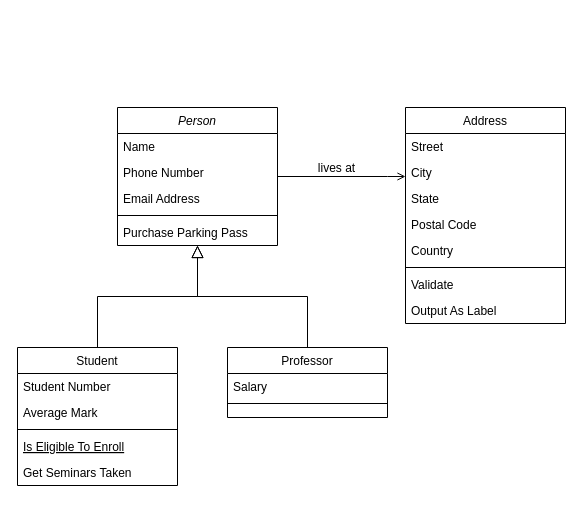
yiwanou/Trajet keeps this draw.io diagram as 未命名绘图.drawio. Above is the earlier version. Source tidied: cells renumbered, new cells numbered last; positions are measured from the earlier drawing's top-left corner, leaving out a move shared by most shapes. Both pictures are drawn from the tidied source at 100%, with x=0, y=0 at pixel (17, 107).
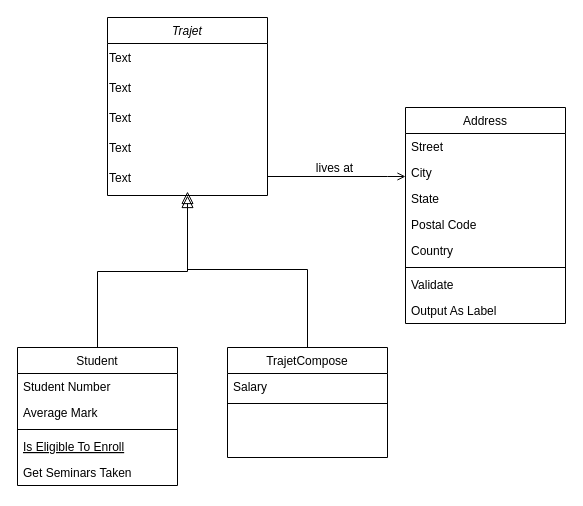
Above is the later version.

Commit message:
更新未命名绘图.drawio

The edit, as a diff of the source:
```diff
@@
-    <mxCell id="2" value="Person" style="swimlane;fontStyle=2;align=center;verticalAlign=top;horizontal=1;startSize=26;rounded=0;shadow=0;strokeWidth=1;" parent="1" vertex="1">
-      <mxGeometry x="100" width="160" height="138" as="geometry" />
+    <mxCell id="2" value="Trajet" style="swimlane;fontStyle=2;align=center;verticalAlign=top;horizontal=1;startSize=26;rounded=0;shadow=0;strokeWidth=1;" parent="1" vertex="1">
+      <mxGeometry x="90" y="-90" width="160" height="178" as="geometry" />
     </mxCell>
-    <mxCell id="3" value="Name" style="text;align=left;verticalAlign=top;spacingLeft=4;spacingRight=4;overflow=hidden;" parent="2" vertex="1">
-      <mxGeometry y="26" width="160" height="26" as="geometry" />
-    </mxCell>
-    <mxCell id="4" value="Phone Number" style="text;align=left;verticalAlign=top;spacingLeft=4;spacingRight=4;overflow=hidden;rounded=0;shadow=0;html=0;" parent="2" vertex="1">
-      <mxGeometry y="52" width="160" height="26" as="geometry" />
-    </mxCell>
-    <mxCell id="5" value="Email Address" style="text;align=left;verticalAlign=top;spacingLeft=4;spacingRight=4;overflow=hidden;rounded=0;shadow=0;html=0;" parent="2" vertex="1">
-      <mxGeometry y="78" width="160" height="26" as="geometry" />
-    </mxCell>
-    <mxCell id="6" style="line;html=1;strokeWidth=1;align=left;verticalAlign=middle;spacingTop=-1;spacingLeft=3;spacingRight=3;labelPosition=right;" parent="2" vertex="1">
-      <mxGeometry y="104" width="160" height="8" as="geometry" />
-    </mxCell>
-    <mxCell id="7" value="Purchase Parking Pass" style="text;align=left;verticalAlign=top;spacingLeft=4;spacingRight=4;overflow=hidden;" parent="2" vertex="1">
-      <mxGeometry y="112" width="160" height="26" as="geometry" />
-    </mxCell>
+    <mxCell id="30" value="Text" style="text;html=1;align=left;verticalAlign=middle;strokeColor=none;fillColor=none;" parent="2" vertex="1">
+      <mxGeometry y="26" width="160" height="30" as="geometry" />
+    </mxCell>
+    <mxCell id="31" value="Text" style="text;html=1;align=left;verticalAlign=middle;strokeColor=none;fillColor=none;" parent="2" vertex="1">
+      <mxGeometry y="56" width="160" height="30" as="geometry" />
+    </mxCell>
+    <mxCell id="32" value="Text" style="text;html=1;align=left;verticalAlign=middle;strokeColor=none;fillColor=none;" parent="2" vertex="1">
+      <mxGeometry y="86" width="160" height="30" as="geometry" />
+    </mxCell>
+    <mxCell id="33" value="Text" style="text;html=1;align=left;verticalAlign=middle;strokeColor=none;fillColor=none;" parent="2" vertex="1">
+      <mxGeometry y="116" width="160" height="30" as="geometry" />
+    </mxCell>
+    <mxCell id="34" value="Text" style="text;html=1;align=left;verticalAlign=middle;strokeColor=none;fillColor=none;" parent="2" vertex="1">
+      <mxGeometry y="146" width="160" height="30" as="geometry" />
+    </mxCell>
@@
-    <mxCell id="15" value="Professor" style="swimlane;fontStyle=0;align=center;verticalAlign=top;horizontal=1;startSize=26;rounded=0;shadow=0;strokeWidth=1;" parent="1" vertex="1">
-      <mxGeometry x="210" y="240" width="160" height="70" as="geometry" />
+    <mxCell id="15" value="TrajetCompose" style="swimlane;fontStyle=0;align=center;verticalAlign=top;horizontal=1;startSize=26;rounded=0;shadow=0;strokeWidth=1;" parent="1" vertex="1">
+      <mxGeometry x="210" y="240" width="160" height="110" as="geometry" />
     </mxCell>
@@
-    <mxCell id="18" style="endArrow=block;endSize=10;endFill=0;shadow=0;strokeWidth=1;rounded=0;edgeStyle=elbowEdgeStyle;elbow=vertical;" parent="1" edge="1" source="15" target="2">
-      <mxGeometry relative="1" as="geometry" />
-    </mxCell>
@@
+    <mxCell id="18" style="endArrow=block;endSize=10;endFill=0;shadow=0;strokeWidth=1;rounded=0;edgeStyle=elbowEdgeStyle;elbow=vertical;entryX=0.5;entryY=0.846;entryDx=0;entryDy=0;entryPerimeter=0;" parent="1" edge="1">
+      <mxGeometry relative="1" as="geometry">
+        <mxPoint x="290" y="240" as="sourcePoint" />
+        <mxPoint x="170" y="84" as="targetPoint" />
+      </mxGeometry>
+    </mxCell>
```
